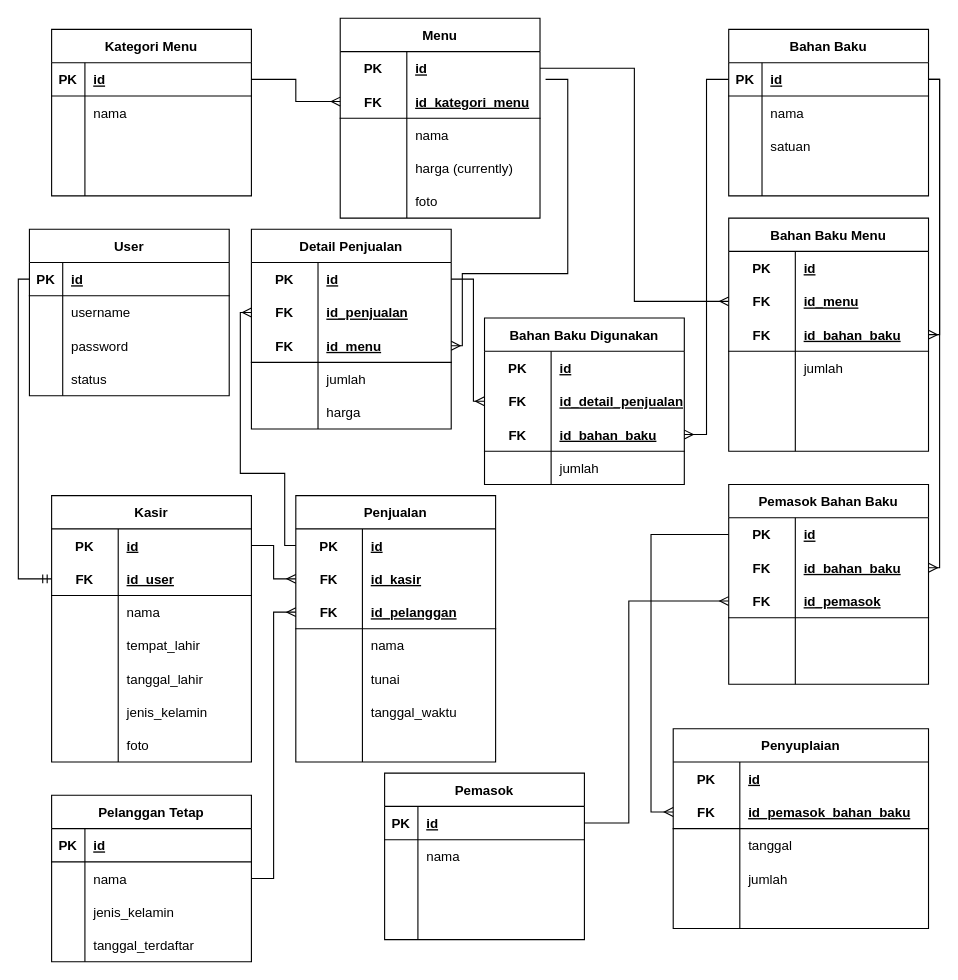
Earlier version of the draw.io diagram database/Database Schema.drawio (yafizh/Majelis-Kopi-PKL). Source tidied: cells renumbered, new cells numbered last; positions are measured from the earlier drawing's top-left corner, leaving out a move shared by most shapes. Both pictures are drawn from the tidied source at 111%, with x=0, y=0 at pixel (18, 18).
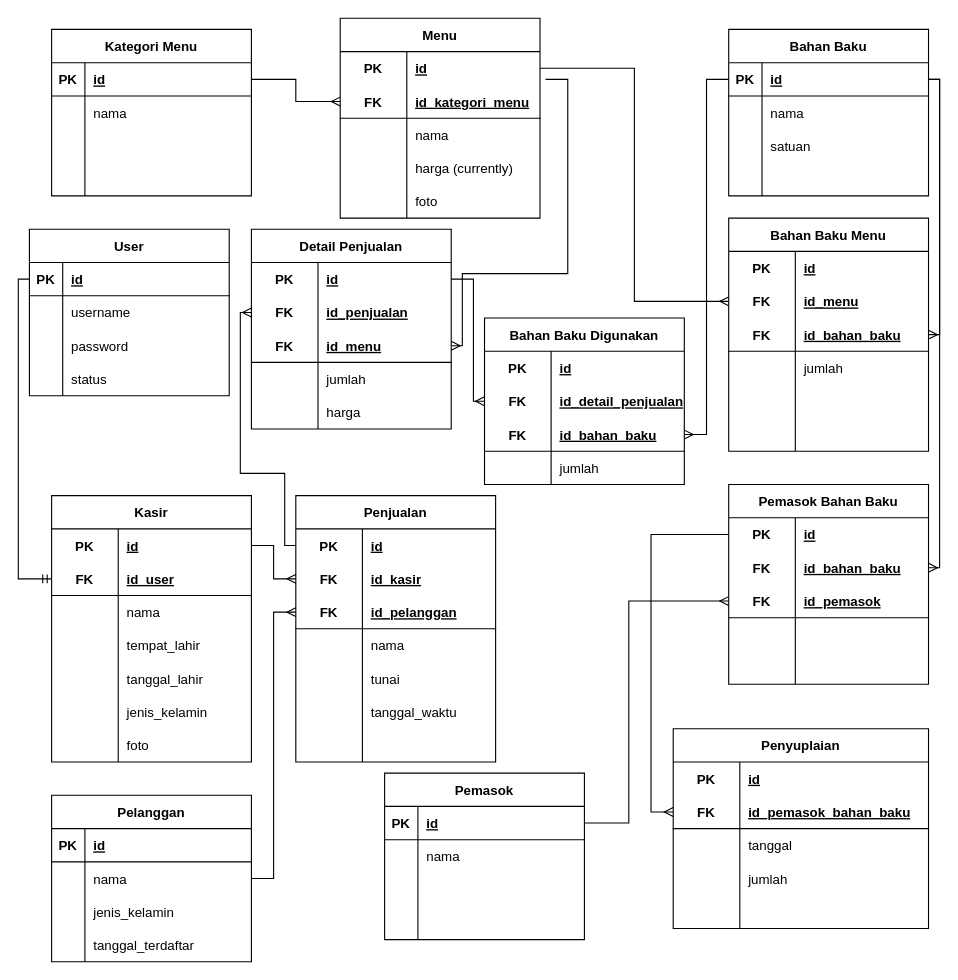
After the change.

Commit message (it also covers changes not shown here):
adjusment cahsier feature with new database schema

The edit, as a diff of the source:
```diff
@@
-    <mxCell id="206" value="Pelanggan Tetap" style="shape=table;startSize=30;childLayout=tableLayout;rowLines=0;fontStyle=1;align=center;" parent="1" vertex="1">
+    <mxCell id="206" value="Pelanggan" style="shape=table;startSize=30;childLayout=tableLayout;rowLines=0;fontStyle=1;align=center;" parent="1" vertex="1">
       <mxGeometry x="30" y="700" width="180" height="150" as="geometry" />
     </mxCell>
```
